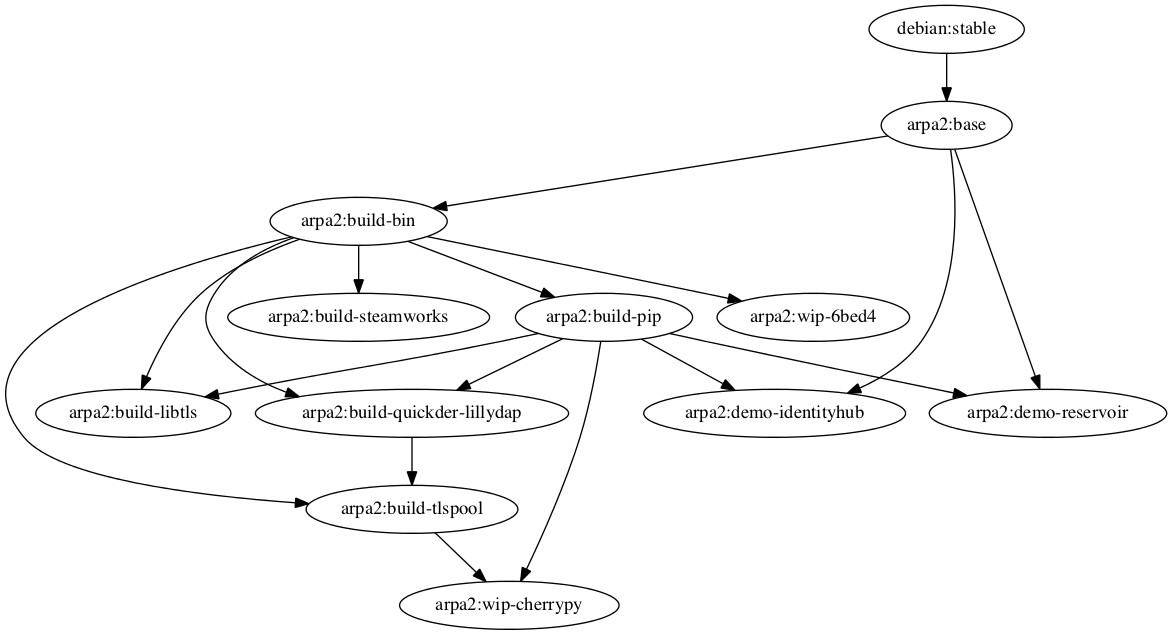
The Graphviz diagram deps.png in timkuijsten/docker-demo, before a commit. Its source is kept beside it as deps.dot.
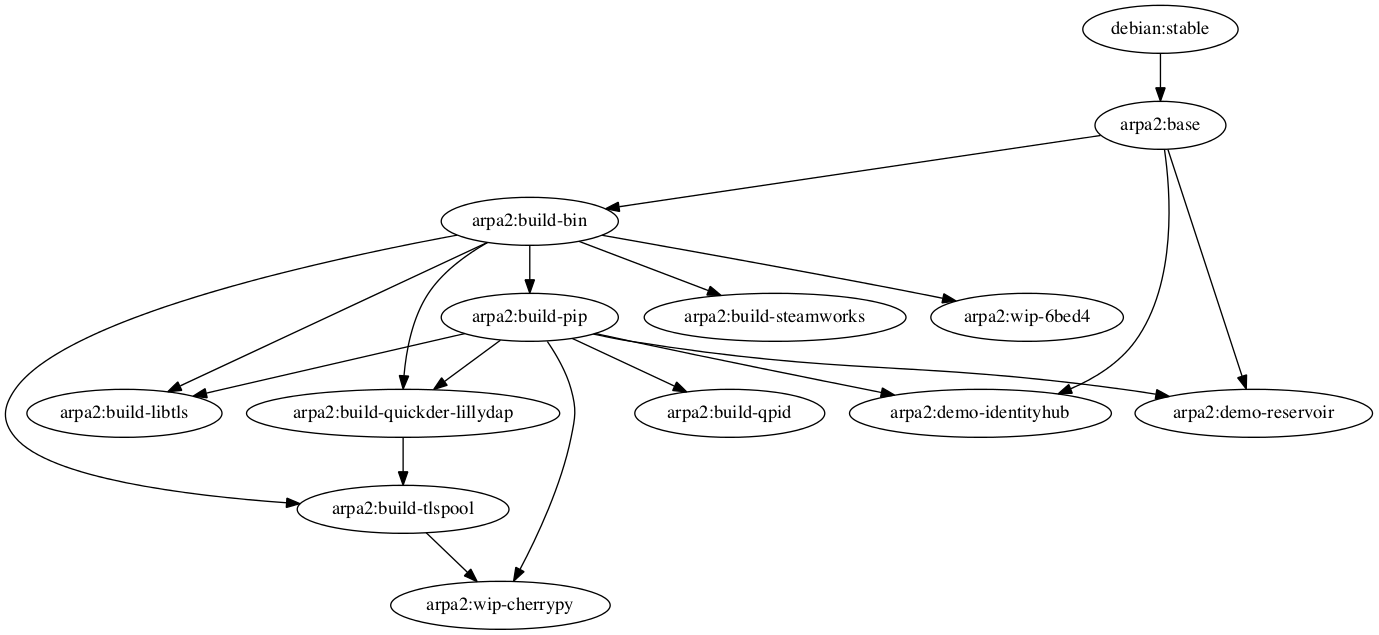
After the commit.

The edit, as a diff of the source:
```diff
@@ -9,6 +9,8 @@
    "arpa2:build-bin" -> "arpa2:build-libtls" ;
    "arpa2:build-pip";
    "arpa2:build-bin" -> "arpa2:build-pip" ;
+   "arpa2:build-qpid";
+   "arpa2:build-pip" -> "arpa2:build-qpid" ;
    "arpa2:build-quickder-lillydap";
    "arpa2:build-pip" -> "arpa2:build-quickder-lillydap" ;
    "arpa2:build-bin" -> "arpa2:build-quickder-lillydap" ;
```
